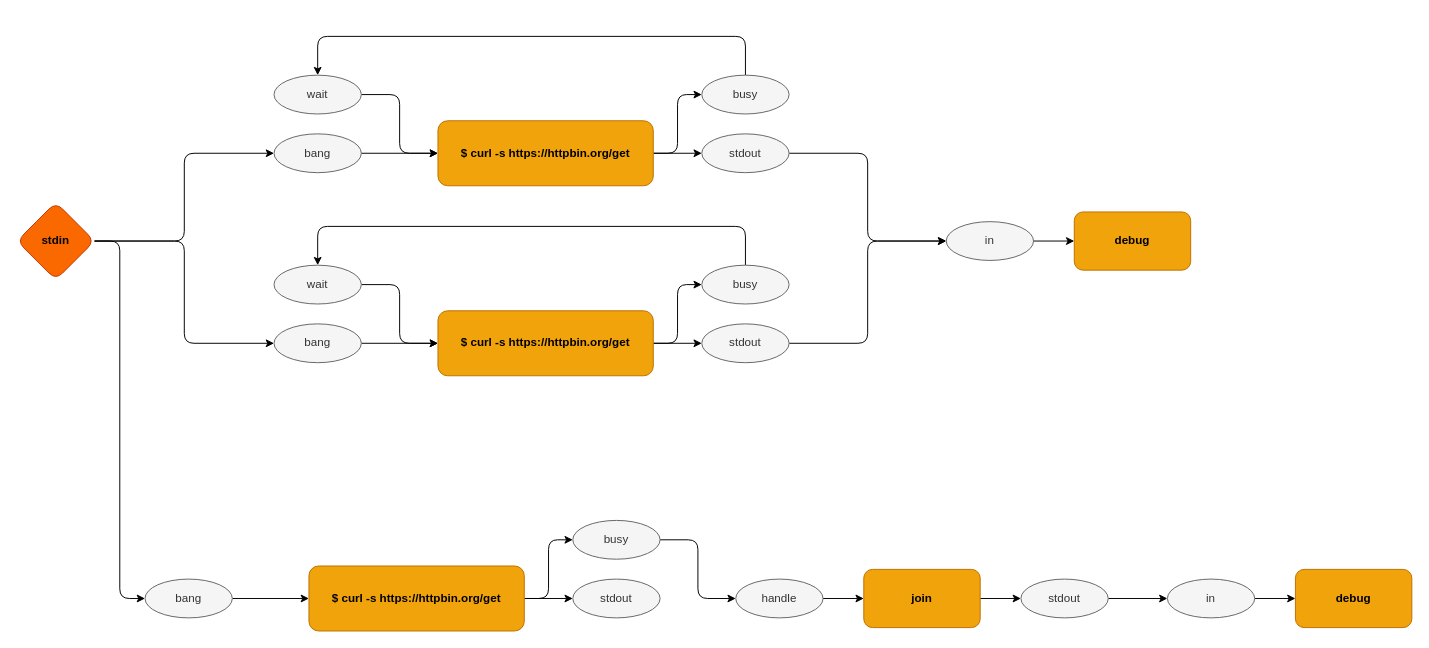
Above: page "main" (1 of 3) of example.drawio in z64/odin0d (draw.io), before the change. Source tidied: cells renumbered, new cells numbered last; positions are measured from the earlier drawing's top-left corner, leaving out a move shared by most shapes. Both pictures are drawn from the tidied source at 97%, with x=0, y=0 at pixel (16, 36).
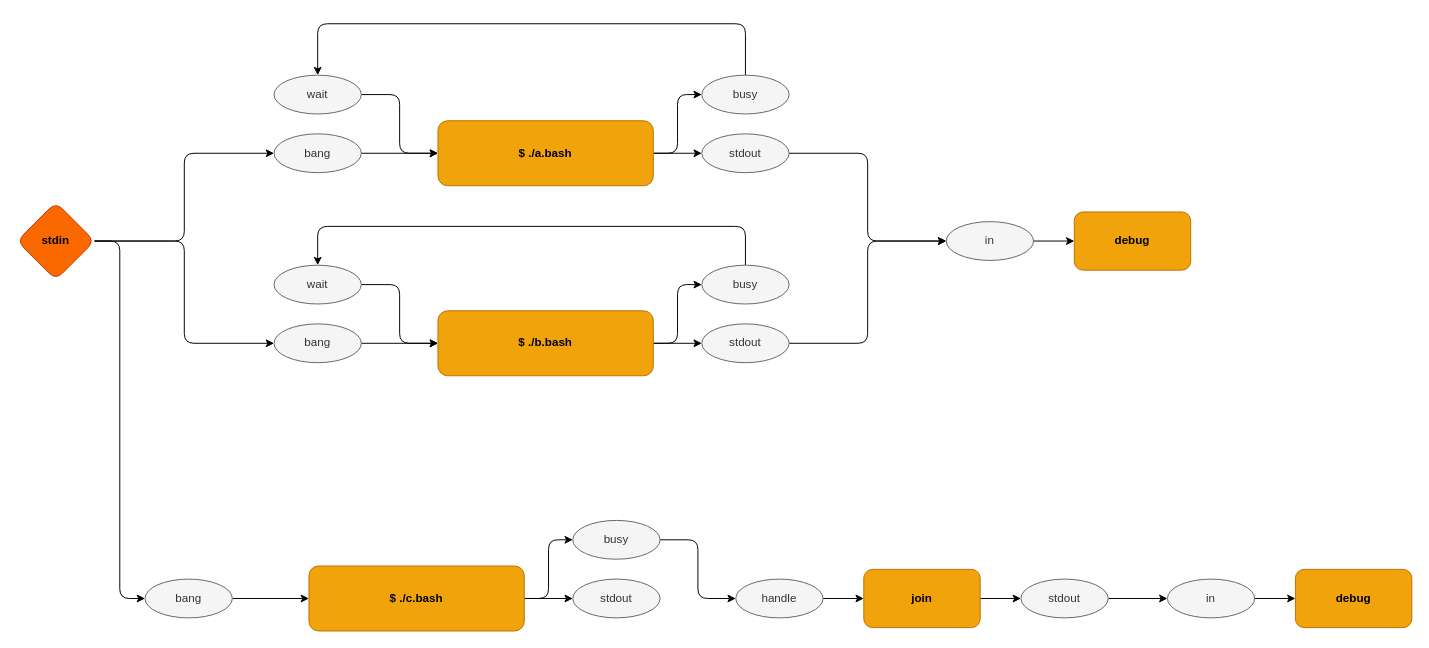
The same page after the edit.

Commit message (it also covers changes not shown here):
bash echos instead of curls

Unchanged cells that the change refers to:
```xml
<mxCell id="15" value="wait" style="ellipse;whiteSpace=wrap;html=1;rounded=1;fillColor=#f5f5f5;strokeColor=#666666;fontColor=#333333;" parent="1" vertex="1">
  <mxGeometry x="265" y="40" width="90" height="40" as="geometry" />
</mxCell>
<mxCell id="19" value="busy" style="ellipse;whiteSpace=wrap;html=1;rounded=1;fillColor=#f5f5f5;strokeColor=#666666;fontColor=#333333;" parent="1" vertex="1">
  <mxGeometry x="706" y="40" width="90" height="40" as="geometry" />
</mxCell>
```

Change to the diagram source:
```diff
@@
-    <mxCell id="4" value="$ curl -s https://httpbin.org/get" style="rounded=1;whiteSpace=wrap;html=1;fillColor=#f0a30a;strokeColor=#BD7000;fontColor=#000000;fontStyle=1;" parent="1" vertex="1">
+    <mxCell id="4" value="$ ./a.bash" style="rounded=1;whiteSpace=wrap;html=1;fillColor=#f0a30a;strokeColor=#BD7000;fontColor=#000000;fontStyle=1;" parent="1" vertex="1">
       <mxGeometry x="434" y="87" width="222" height="67" as="geometry" />
     </mxCell>
@@
     <mxCell id="18" style="edgeStyle=orthogonalEdgeStyle;rounded=1;jettySize=auto;html=1;exitX=0.5;exitY=0;exitDx=0;exitDy=0;entryX=0.5;entryY=0;entryDx=0;entryDy=0;fontFamily=Helvetica;" parent="1" edge="1" source="19" target="15">
       <mxGeometry relative="1" as="geometry">
         <Array as="points">
-          <mxPoint x="751" />
-          <mxPoint x="310" />
+          <mxPoint x="751" y="-13" />
+          <mxPoint x="310" y="-13" />
         </Array>
       </mxGeometry>
     </mxCell>
@@
-    <mxCell id="22" value="$ curl -s https://httpbin.org/get" style="rounded=1;whiteSpace=wrap;html=1;fillColor=#f0a30a;strokeColor=#BD7000;fontColor=#000000;fontStyle=1;" parent="1" vertex="1">
+    <mxCell id="22" value="$ ./b.bash" style="rounded=1;whiteSpace=wrap;html=1;fillColor=#f0a30a;strokeColor=#BD7000;fontColor=#000000;fontStyle=1;" parent="1" vertex="1">
       <mxGeometry x="434" y="282.9" width="222" height="67" as="geometry" />
     </mxCell>
@@
-    <mxCell id="39" value="$ curl -s https://httpbin.org/get" style="rounded=1;whiteSpace=wrap;html=1;fillColor=#f0a30a;strokeColor=#BD7000;fontColor=#000000;fontStyle=1;" parent="1" vertex="1">
+    <mxCell id="39" value="$ ./c.bash" style="rounded=1;whiteSpace=wrap;html=1;fillColor=#f0a30a;strokeColor=#BD7000;fontColor=#000000;fontStyle=1;" parent="1" vertex="1">
       <mxGeometry x="301" y="546" width="222" height="67" as="geometry" />
     </mxCell>
```
